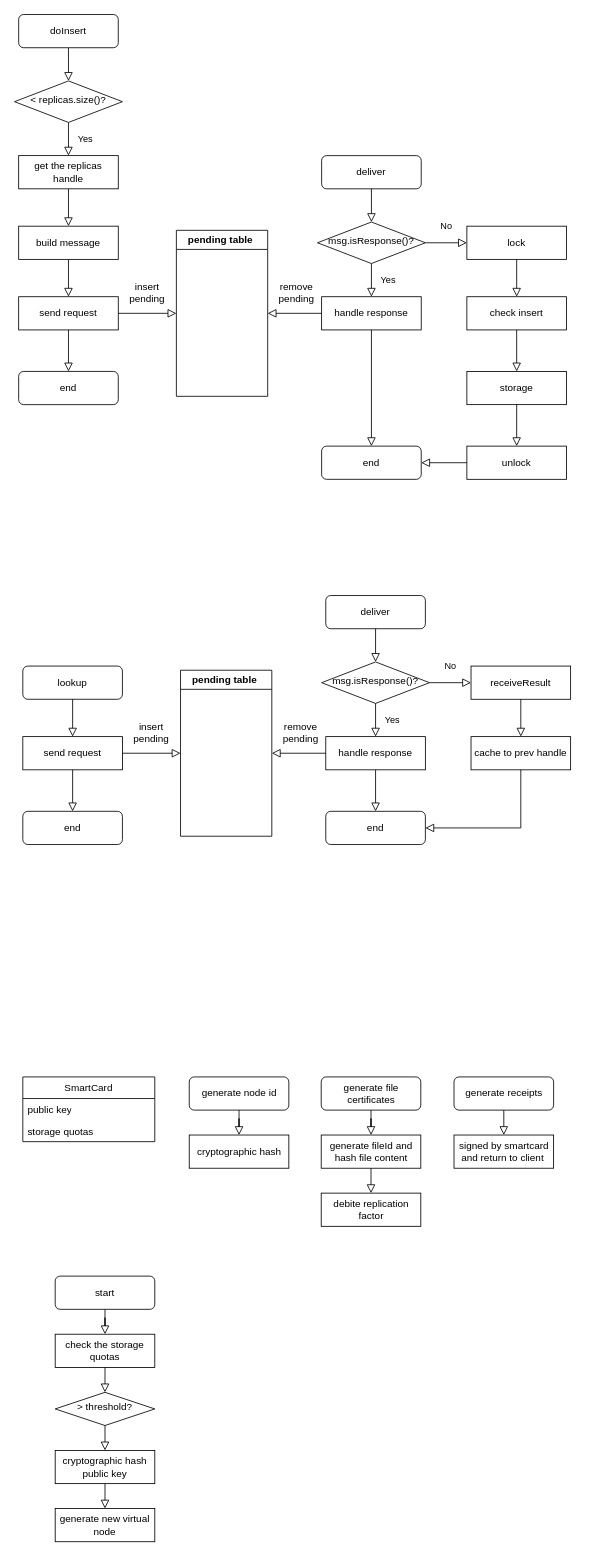
Earlier version of the draw.io diagram PastImpl.drawio (OneOverThree/PastryTest). Source tidied: cells renumbered, new cells numbered last; positions are measured from the earlier drawing's top-left corner, leaving out a move shared by most shapes. Both pictures are drawn from the tidied source at 83%, with x=0, y=0 at pixel (14, 14).
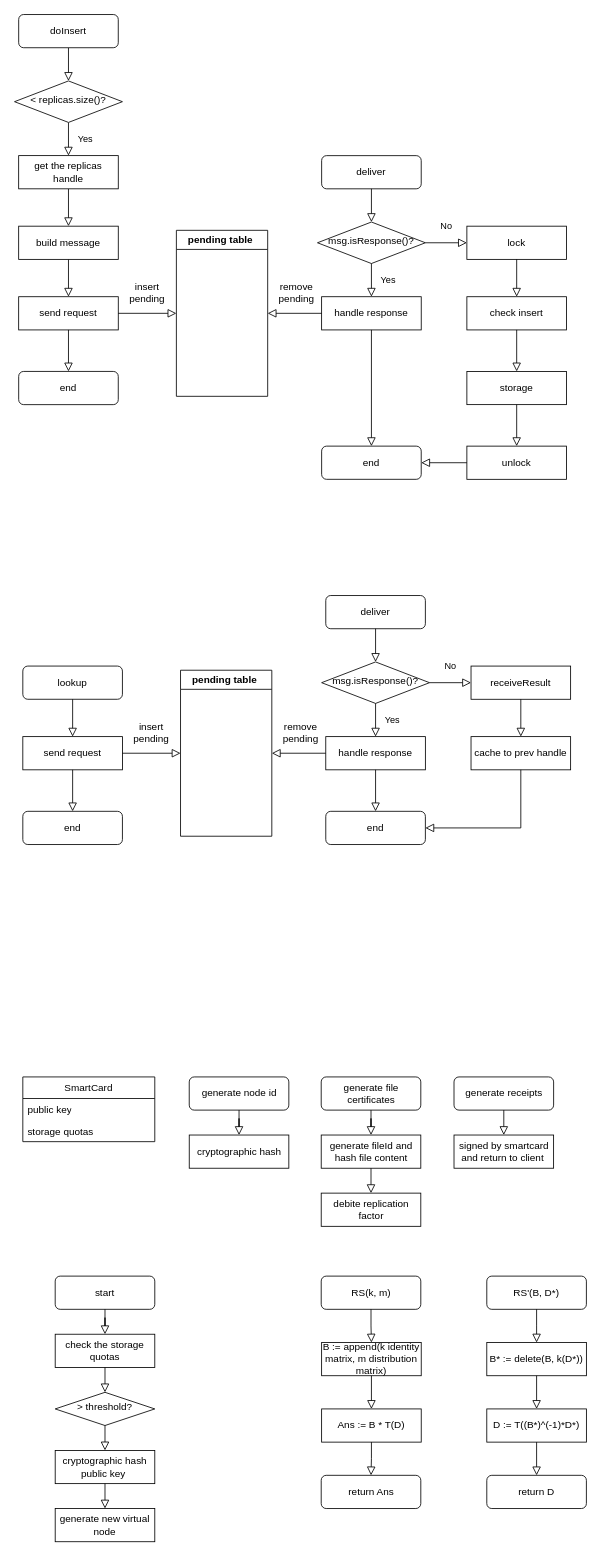
The same diagram, later.

Change to the diagram source:
```diff
@@
-    <mxCell id="77" value="cryptographic hash public key" style="rounded=0;whiteSpace=wrap;html=1;" parent="1" vertex="1">
+    <mxCell id="77" value="cryptographic hash public key&amp;nbsp;" style="rounded=0;whiteSpace=wrap;html=1;" parent="1" vertex="1">
       <mxGeometry x="49" y="1730" width="120" height="40" as="geometry" />
     </mxCell>
@@
+    <mxCell id="79" value="RS(k, m)" style="rounded=1;whiteSpace=wrap;html=1;fontSize=12;glass=0;strokeWidth=1;shadow=0;" parent="1" vertex="1">
+      <mxGeometry x="369.5" y="1520" width="120" height="40" as="geometry" />
+    </mxCell>
+    <mxCell id="80" value="B := append(k identity matrix, m distribution matrix)" style="rounded=0;whiteSpace=wrap;html=1;" parent="1" vertex="1">
+      <mxGeometry x="370" y="1600" width="120" height="40" as="geometry" />
+    </mxCell>
+    <mxCell id="81" value="Ans := B * T(D)" style="rounded=0;whiteSpace=wrap;html=1;" parent="1" vertex="1">
+      <mxGeometry x="370" y="1680" width="120" height="40" as="geometry" />
+    </mxCell>
+    <mxCell id="82" value="return Ans" style="rounded=1;whiteSpace=wrap;html=1;fontSize=12;glass=0;strokeWidth=1;shadow=0;" parent="1" vertex="1">
+      <mxGeometry x="369.5" y="1760" width="120" height="40" as="geometry" />
+    </mxCell>
+    <mxCell id="83" style="rounded=0;html=1;jettySize=auto;fontSize=11;endArrow=block;endFill=0;endSize=8;strokeWidth=1;shadow=0;labelBackgroundColor=none;edgeStyle=orthogonalEdgeStyle;exitX=0.5;exitY=1;exitDx=0;exitDy=0;" parent="1" edge="1" source="79" target="80">
+      <mxGeometry y="20" relative="1" as="geometry" />
+    </mxCell>
+    <mxCell id="84" style="rounded=0;html=1;jettySize=auto;fontSize=11;endArrow=block;endFill=0;endSize=8;strokeWidth=1;shadow=0;labelBackgroundColor=none;edgeStyle=orthogonalEdgeStyle;exitX=0.5;exitY=1;exitDx=0;exitDy=0;entryX=0.5;entryY=0;entryDx=0;entryDy=0;" parent="1" edge="1" source="80" target="81">
+      <mxGeometry y="20" relative="1" as="geometry" />
+    </mxCell>
+    <mxCell id="85" style="rounded=0;html=1;jettySize=auto;fontSize=11;endArrow=block;endFill=0;endSize=8;strokeWidth=1;shadow=0;labelBackgroundColor=none;edgeStyle=orthogonalEdgeStyle;exitX=0.5;exitY=1;exitDx=0;exitDy=0;entryX=0.5;entryY=0;entryDx=0;entryDy=0;" parent="1" edge="1" source="81" target="82">
+      <mxGeometry y="20" relative="1" as="geometry" />
+    </mxCell>
+    <mxCell id="86" value="RS'(B, D*)" style="rounded=1;whiteSpace=wrap;html=1;fontSize=12;glass=0;strokeWidth=1;shadow=0;" parent="1" vertex="1">
+      <mxGeometry x="569" y="1520" width="120" height="40" as="geometry" />
+    </mxCell>
+    <mxCell id="87" value="B* := delete(B, k(D*))" style="rounded=0;whiteSpace=wrap;html=1;" parent="1" vertex="1">
+      <mxGeometry x="569" y="1600" width="120" height="40" as="geometry" />
+    </mxCell>
+    <mxCell id="88" value="D := T((B*)^(-1)*D*)" style="rounded=0;whiteSpace=wrap;html=1;" parent="1" vertex="1">
+      <mxGeometry x="569" y="1680" width="120" height="40" as="geometry" />
+    </mxCell>
+    <mxCell id="89" value="return D" style="rounded=1;whiteSpace=wrap;html=1;fontSize=12;glass=0;strokeWidth=1;shadow=0;" parent="1" vertex="1">
+      <mxGeometry x="569" y="1760" width="120" height="40" as="geometry" />
+    </mxCell>
+    <mxCell id="90" style="rounded=0;html=1;jettySize=auto;fontSize=11;endArrow=block;endFill=0;endSize=8;strokeWidth=1;shadow=0;labelBackgroundColor=none;edgeStyle=orthogonalEdgeStyle;exitX=0.5;exitY=1;exitDx=0;exitDy=0;" parent="1" edge="1" source="86">
+      <mxGeometry y="20" relative="1" as="geometry">
+        <mxPoint x="629" y="1600" as="targetPoint" />
+      </mxGeometry>
+    </mxCell>
+    <mxCell id="91" style="rounded=0;html=1;jettySize=auto;fontSize=11;endArrow=block;endFill=0;endSize=8;strokeWidth=1;shadow=0;labelBackgroundColor=none;edgeStyle=orthogonalEdgeStyle;exitX=0.5;exitY=1;exitDx=0;exitDy=0;entryX=0.5;entryY=0;entryDx=0;entryDy=0;" parent="1" edge="1" source="87" target="88">
+      <mxGeometry y="20" relative="1" as="geometry" />
+    </mxCell>
+    <mxCell id="92" style="rounded=0;html=1;jettySize=auto;fontSize=11;endArrow=block;endFill=0;endSize=8;strokeWidth=1;shadow=0;labelBackgroundColor=none;edgeStyle=orthogonalEdgeStyle;exitX=0.5;exitY=1;exitDx=0;exitDy=0;" parent="1" edge="1" source="88" target="89">
+      <mxGeometry y="20" relative="1" as="geometry" />
+    </mxCell>
```
